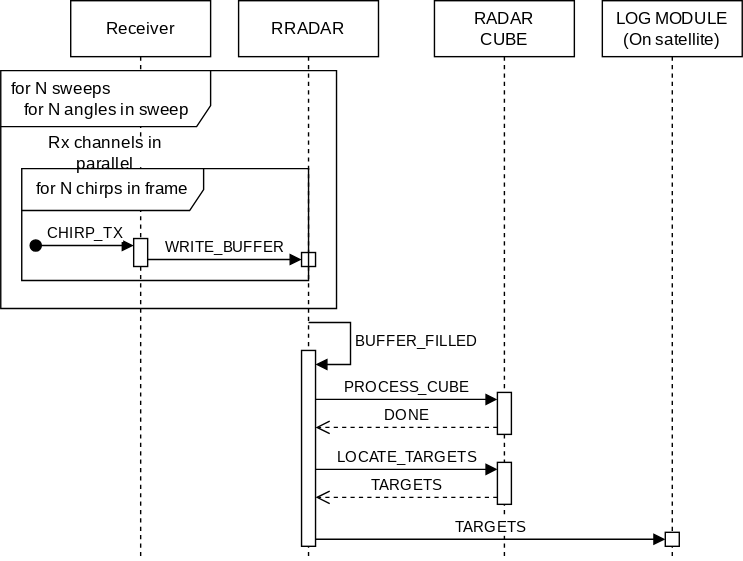
Above: Figures/systemDesign/overview/sequenceDiagramRx.svg in Mikkelnn/ESD6-Project (draw.io), before the change. Source tidied: cells renumbered, new cells last; positions are measured from the earlier drawing's top-left corner, leaving out a move shared by most shapes.
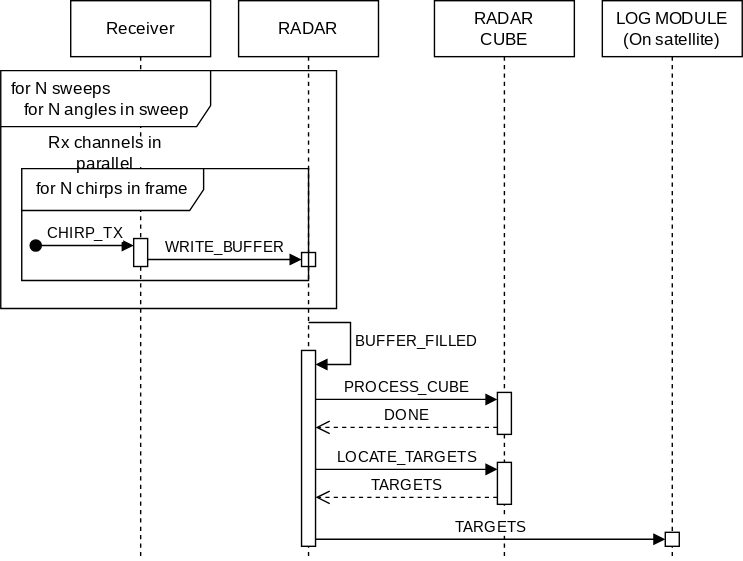
Later version of the same file.

The edit, as a diff of the source:
```diff
@@ -16,7 +16,7 @@
     <mxCell id="5" value="RADAR&lt;br&gt;CUBE" style="shape=umlLifeline;perimeter=lifelinePerimeter;whiteSpace=wrap;html=1;newEdgeStyle={&quot;edgeStyle&quot;:&quot;elbowEdgeStyle&quot;,&quot;elbow&quot;:&quot;vertical&quot;,&quot;curved&quot;:0,&quot;rounded&quot;:0};fontFamily=modern;fontSource=https%3A%2F%2Fsourceforge.net%2Fprojects%2Fcm-unicode%2F;" parent="1" vertex="1">
       <mxGeometry x="310" width="100" height="400" as="geometry" />
     </mxCell>
-    <mxCell id="6" value="RRADAR" style="shape=umlLifeline;perimeter=lifelinePerimeter;whiteSpace=wrap;html=1;newEdgeStyle={&quot;edgeStyle&quot;:&quot;elbowEdgeStyle&quot;,&quot;elbow&quot;:&quot;vertical&quot;,&quot;curved&quot;:0,&quot;rounded&quot;:0};fontFamily=modern;fontSource=https%3A%2F%2Fsourceforge.net%2Fprojects%2Fcm-unicode%2F;" parent="1" vertex="1">
+    <mxCell id="6" value="RADAR" style="shape=umlLifeline;perimeter=lifelinePerimeter;whiteSpace=wrap;html=1;newEdgeStyle={&quot;edgeStyle&quot;:&quot;elbowEdgeStyle&quot;,&quot;elbow&quot;:&quot;vertical&quot;,&quot;curved&quot;:0,&quot;rounded&quot;:0};fontFamily=modern;fontSource=https%3A%2F%2Fsourceforge.net%2Fprojects%2Fcm-unicode%2F;" parent="1" vertex="1">
       <mxGeometry x="170" width="100" height="400" as="geometry" />
     </mxCell>
     <mxCell id="7" style="html=1;points=[[0,0,0,0,5],[0,1,0,0,-5],[1,0,0,0,5],[1,1,0,0,-5]];perimeter=orthogonalPerimeter;outlineConnect=0;targetShapes=umlLifeline;portConstraint=eastwest;newEdgeStyle={&quot;curved&quot;:0,&quot;rounded&quot;:0};fontFamily=modern;fontSource=https%3A%2F%2Fsourceforge.net%2Fprojects%2Fcm-unicode%2F;" parent="6" vertex="1">
```
